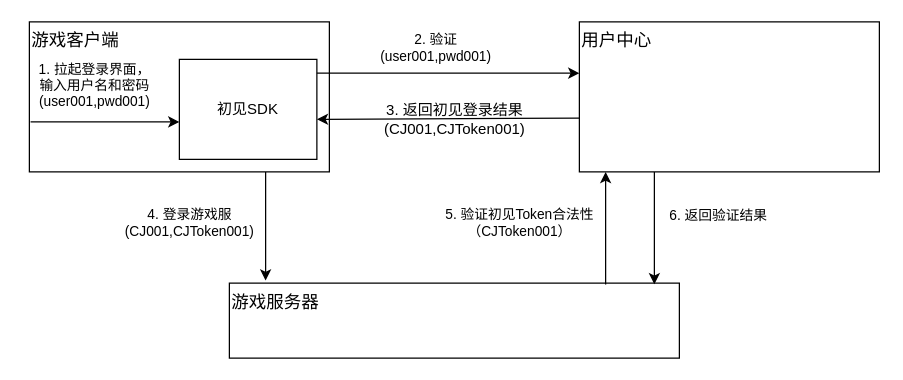
This is 登录流程.drawio from pangqiren/diagram, a draw.io file, before an edit. Source tidied: cells renumbered, new cells numbered last; positions are measured from the earlier drawing's top-left corner, leaving out a move shared by most shapes. Both pictures are drawn from the tidied source at 125%, with x=0, y=0 at pixel (29, 21).
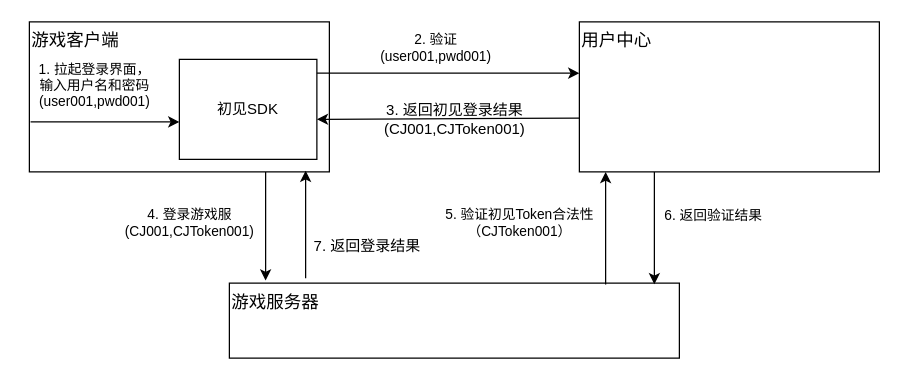
After the change.

The change refers to these unchanged cells:
```xml
<mxCell id="16" style="endArrow=classic;html=1;labelBackgroundColor=none;exitX=0.25;exitY=1;exitDx=0;exitDy=0;" parent="1" edge="1" source="4">
  <mxGeometry relative="1" as="geometry">
    <mxPoint x="500" y="210" as="targetPoint" />
  </mxGeometry>
</mxCell>
```

Change to the diagram source:
```diff
@@
     <mxCell id="17" value="6. 返回验证结果" style="edgeLabel;html=1;align=center;verticalAlign=middle;labelBackgroundColor=none;" parent="16" vertex="1">
       <mxGeometry x="-0.24" y="5" relative="1" as="geometry">
-        <mxPoint x="45" as="offset" />
+        <mxPoint x="41" as="offset" />
       </mxGeometry>
     </mxCell>
+    <mxCell id="18" style="endArrow=classic;html=1;labelBackgroundColor=none;entryX=0.871;entryY=1.025;entryDx=0;entryDy=0;entryPerimeter=0;" parent="1" edge="1">
+      <mxGeometry relative="1" as="geometry">
+        <mxPoint x="221" y="205" as="sourcePoint" />
+        <mxPoint x="221" y="119" as="targetPoint" />
+      </mxGeometry>
+    </mxCell>
+    <mxCell id="19" value="7. 返回登录结果" style="text;html=1;align=center;verticalAlign=middle;" parent="1" vertex="1">
+      <mxGeometry x="220" y="170" width="100" height="20" as="geometry" />
+    </mxCell>
```
